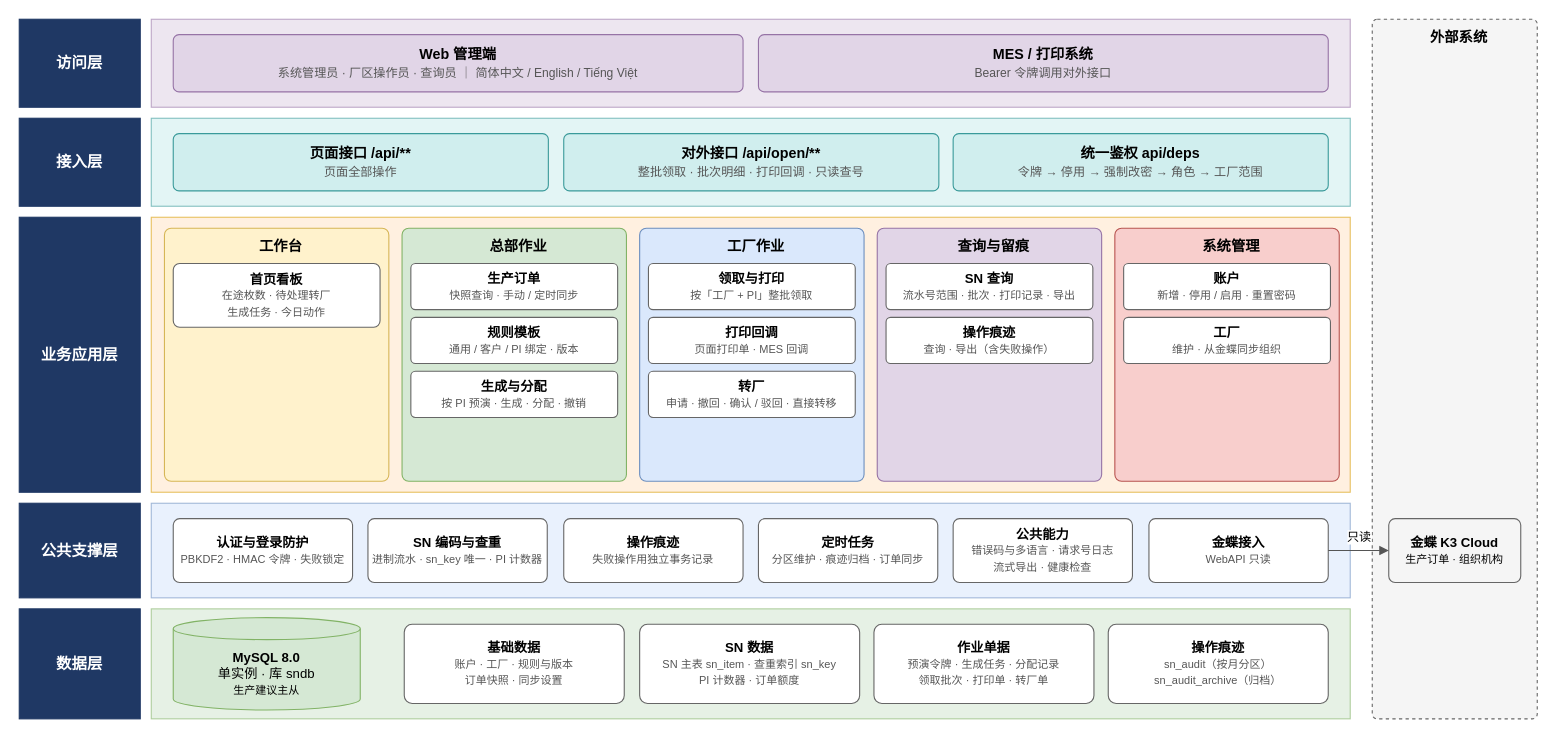
This is docs/images/系统技术方案/fig2-1-function.drawio from Createsnow/sn-center, a draw.io file, before an edit. Source tidied: cells renumbered, new cells numbered last; positions are measured from the earlier drawing's top-left corner, leaving out a move shared by most shapes. Both pictures are drawn from the tidied source at 110%, with x=0, y=0 at pixel (19, 19).
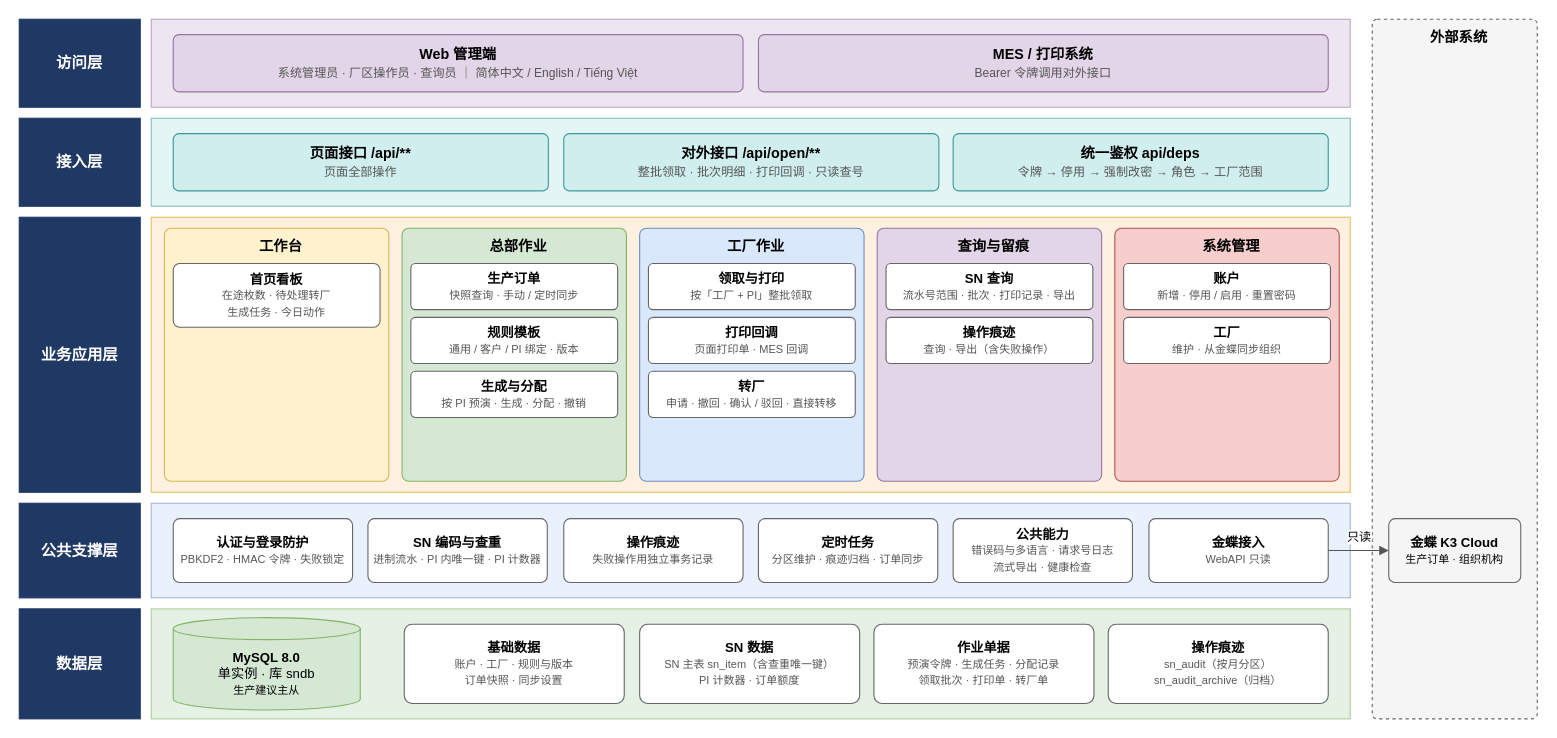
The same page after the edit.

Diff of the diagram source:
```diff
@@
-    <mxCell id="34" value="&lt;b&gt;SN 编码与查重&lt;/b&gt;&lt;br&gt;&lt;font style=&quot;font-size:10px&quot; color=&quot;#555555&quot;&gt;进制流水 · sn_key 唯一 · PI 计数器&lt;/font&gt;" style="rounded=1;arcSize=10;whiteSpace=wrap;html=1;fillColor=#ffffff;strokeColor=#666666;fontSize=12;fontFamily=Microsoft YaHei,PingFang SC,Helvetica,Arial,WenQuanYi Zen Hei,sans-serif;" parent="1" vertex="1">
+    <mxCell id="34" value="&lt;b&gt;SN 编码与查重&lt;/b&gt;&lt;br&gt;&lt;font style=&quot;font-size:10px&quot; color=&quot;#555555&quot;&gt;进制流水 · PI 内唯一键 · PI 计数器&lt;/font&gt;" style="rounded=1;arcSize=10;whiteSpace=wrap;html=1;fillColor=#ffffff;strokeColor=#666666;fontSize=12;fontFamily=Microsoft YaHei,PingFang SC,Helvetica,Arial,WenQuanYi Zen Hei,sans-serif;" parent="1" vertex="1">
       <mxGeometry x="317" y="454" width="163" height="58" as="geometry" />
     </mxCell>
@@
-    <mxCell id="41" value="&lt;b&gt;SN 数据&lt;/b&gt;&lt;br&gt;&lt;font style=&quot;font-size:10px&quot; color=&quot;#555555&quot;&gt;SN 主表 sn_item · 查重索引 sn_key&lt;br&gt;PI 计数器 · 订单额度&lt;/font&gt;" style="rounded=1;arcSize=10;whiteSpace=wrap;html=1;fillColor=#ffffff;strokeColor=#666666;fontSize=12;fontFamily=Microsoft YaHei,PingFang SC,Helvetica,Arial,WenQuanYi Zen Hei,sans-serif;" parent="1" vertex="1">
+    <mxCell id="41" value="&lt;b&gt;SN 数据&lt;/b&gt;&lt;br&gt;&lt;font style=&quot;font-size:10px&quot; color=&quot;#555555&quot;&gt;SN 主表 sn_item（含查重唯一键）&lt;br&gt;PI 计数器 · 订单额度&lt;/font&gt;" style="rounded=1;arcSize=10;whiteSpace=wrap;html=1;fillColor=#ffffff;strokeColor=#666666;fontSize=12;fontFamily=Microsoft YaHei,PingFang SC,Helvetica,Arial,WenQuanYi Zen Hei,sans-serif;" parent="1" vertex="1">
       <mxGeometry x="564" y="550" width="200" height="72" as="geometry" />
     </mxCell>
```
